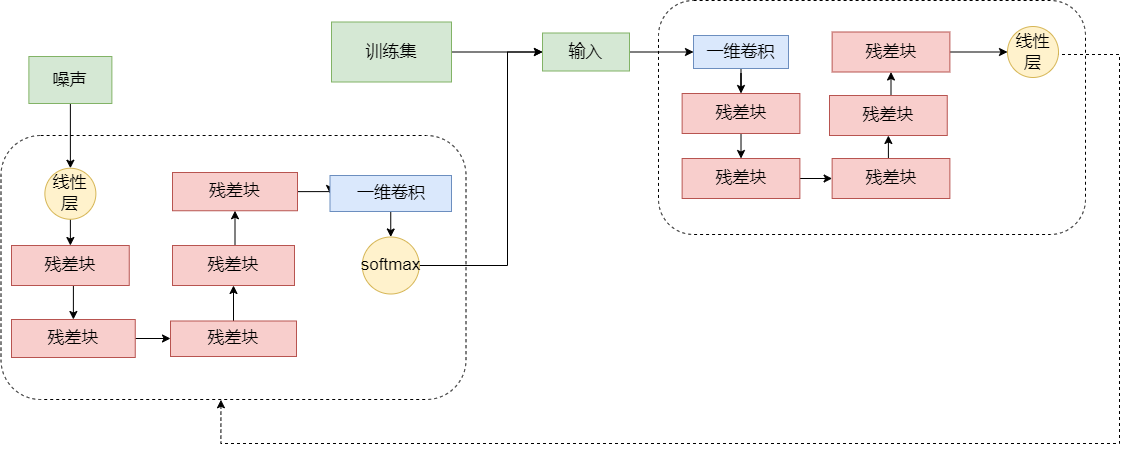
This is passgan-structure.drawio.png from lakomi/pictures, a draw.io export, as it was before one commit. Source tidied: cells renumbered, new cells last; positions are measured from the earlier drawing's top-left corner, leaving out a move shared by most shapes.
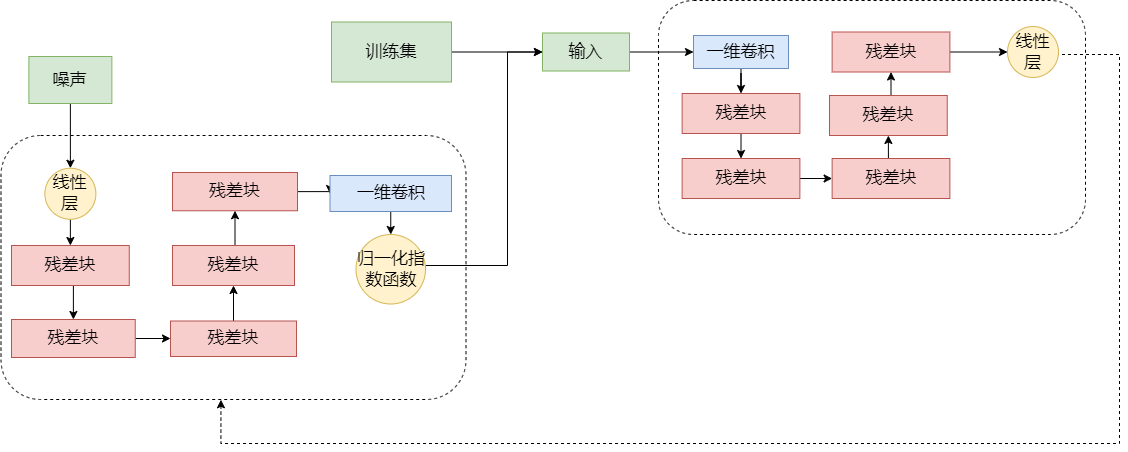
After the change.

Diff of the diagram source:
```diff
@@ -61,8 +61,8 @@
         </Array>
       </mxGeometry>
     </mxCell>
-    <mxCell id="20" value="softmax" style="ellipse;whiteSpace=wrap;html=1;fontSize=17;fillColor=#fff2cc;strokeColor=#d6b656;" parent="1" vertex="1">
-      <mxGeometry x="360.8" y="236.5" width="57" height="57" as="geometry" />
+    <mxCell id="20" value="归一化指数函数" style="ellipse;whiteSpace=wrap;html=1;fontSize=17;fillColor=#fff2cc;strokeColor=#d6b656;" parent="1" vertex="1">
+      <mxGeometry x="354.5" y="234" width="69.5" height="69.5" as="geometry" />
     </mxCell>
     <mxCell id="21" style="rounded=1;whiteSpace=wrap;html=1;fontSize=17;dashed=1;" parent="1" vertex="1">
       <mxGeometry x="657" width="427" height="234" as="geometry" />
```
